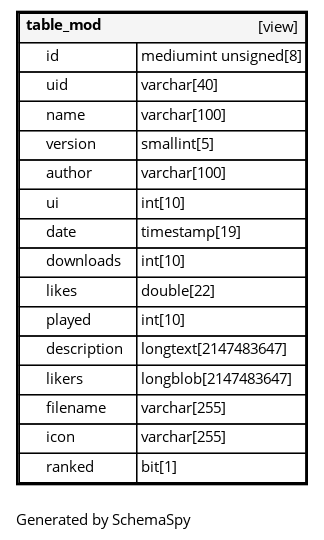
ta-forever/db keeps this Graphviz diagram as diagrams/tables/table_mod.1degree.png. Above is the earlier version. Its source is kept beside it as diagrams/tables/table_mod.1degree.dot. Source of this version:
```dot
digraph "oneDegreeRelationshipsDiagram" {
  graph [    rankdir="RL"    bgcolor="#ffffff"    label="\nGenerated by SchemaSpy"    labeljust="l"    nodesep="0.18"    ranksep="0.46"    fontname="Helvetica"    fontsize="11"    ration="compress"  ];  node [    fontname="Helvetica"    fontsize="11"    shape="plaintext"  ];  edge [    arrowsize="0.8"  ];
  "table_mod" [
   label=<
    <TABLE BORDER="2" CELLBORDER="1" CELLSPACING="0" BGCOLOR="#ffffff">
      <TR><TD COLSPAN="4"  BGCOLOR="#f5f5f5"><TABLE BORDER="0" CELLSPACING="0"><TR><TD ALIGN="LEFT" FIXEDSIZE="TRUE" WIDTH="62" HEIGHT="16"><B>table_mod</B></TD><TD ALIGN="RIGHT">[view]</TD></TR></TABLE></TD></TR>
      <TR><TD PORT="id" COLSPAN="2" ALIGN="LEFT"><TABLE BORDER="0" CELLSPACING="0" ALIGN="LEFT"><TR ALIGN="LEFT"><TD ALIGN="LEFT" FIXEDSIZE="TRUE" WIDTH="15" HEIGHT="16"></TD><TD ALIGN="LEFT" FIXEDSIZE="TRUE" WIDTH="67" HEIGHT="16">id</TD></TR></TABLE></TD><TD PORT="id.type" ALIGN="LEFT">mediumint unsigned[8]</TD></TR>
      <TR><TD PORT="uid" COLSPAN="2" ALIGN="LEFT"><TABLE BORDER="0" CELLSPACING="0" ALIGN="LEFT"><TR ALIGN="LEFT"><TD ALIGN="LEFT" FIXEDSIZE="TRUE" WIDTH="15" HEIGHT="16"></TD><TD ALIGN="LEFT" FIXEDSIZE="TRUE" WIDTH="67" HEIGHT="16">uid</TD></TR></TABLE></TD><TD PORT="uid.type" ALIGN="LEFT">varchar[40]</TD></TR>
      <TR><TD PORT="name" COLSPAN="2" ALIGN="LEFT"><TABLE BORDER="0" CELLSPACING="0" ALIGN="LEFT"><TR ALIGN="LEFT"><TD ALIGN="LEFT" FIXEDSIZE="TRUE" WIDTH="15" HEIGHT="16"></TD><TD ALIGN="LEFT" FIXEDSIZE="TRUE" WIDTH="67" HEIGHT="16">name</TD></TR></TABLE></TD><TD PORT="name.type" ALIGN="LEFT">varchar[100]</TD></TR>
      <TR><TD PORT="version" COLSPAN="2" ALIGN="LEFT"><TABLE BORDER="0" CELLSPACING="0" ALIGN="LEFT"><TR ALIGN="LEFT"><TD ALIGN="LEFT" FIXEDSIZE="TRUE" WIDTH="15" HEIGHT="16"></TD><TD ALIGN="LEFT" FIXEDSIZE="TRUE" WIDTH="67" HEIGHT="16">version</TD></TR></TABLE></TD><TD PORT="version.type" ALIGN="LEFT">smallint[5]</TD></TR>
      <TR><TD PORT="author" COLSPAN="2" ALIGN="LEFT"><TABLE BORDER="0" CELLSPACING="0" ALIGN="LEFT"><TR ALIGN="LEFT"><TD ALIGN="LEFT" FIXEDSIZE="TRUE" WIDTH="15" HEIGHT="16"></TD><TD ALIGN="LEFT" FIXEDSIZE="TRUE" WIDTH="67" HEIGHT="16">author</TD></TR></TABLE></TD><TD PORT="author.type" ALIGN="LEFT">varchar[100]</TD></TR>
      <TR><TD PORT="ui" COLSPAN="2" ALIGN="LEFT"><TABLE BORDER="0" CELLSPACING="0" ALIGN="LEFT"><TR ALIGN="LEFT"><TD ALIGN="LEFT" FIXEDSIZE="TRUE" WIDTH="15" HEIGHT="16"></TD><TD ALIGN="LEFT" FIXEDSIZE="TRUE" WIDTH="67" HEIGHT="16">ui</TD></TR></TABLE></TD><TD PORT="ui.type" ALIGN="LEFT">int[10]</TD></TR>
      <TR><TD PORT="date" COLSPAN="2" ALIGN="LEFT"><TABLE BORDER="0" CELLSPACING="0" ALIGN="LEFT"><TR ALIGN="LEFT"><TD ALIGN="LEFT" FIXEDSIZE="TRUE" WIDTH="15" HEIGHT="16"></TD><TD ALIGN="LEFT" FIXEDSIZE="TRUE" WIDTH="67" HEIGHT="16">date</TD></TR></TABLE></TD><TD PORT="date.type" ALIGN="LEFT">timestamp[19]</TD></TR>
      <TR><TD PORT="downloads" COLSPAN="2" ALIGN="LEFT"><TABLE BORDER="0" CELLSPACING="0" ALIGN="LEFT"><TR ALIGN="LEFT"><TD ALIGN="LEFT" FIXEDSIZE="TRUE" WIDTH="15" HEIGHT="16"></TD><TD ALIGN="LEFT" FIXEDSIZE="TRUE" WIDTH="67" HEIGHT="16">downloads</TD></TR></TABLE></TD><TD PORT="downloads.type" ALIGN="LEFT">int[10]</TD></TR>
      <TR><TD PORT="likes" COLSPAN="2" ALIGN="LEFT"><TABLE BORDER="0" CELLSPACING="0" ALIGN="LEFT"><TR ALIGN="LEFT"><TD ALIGN="LEFT" FIXEDSIZE="TRUE" WIDTH="15" HEIGHT="16"></TD><TD ALIGN="LEFT" FIXEDSIZE="TRUE" WIDTH="67" HEIGHT="16">likes</TD></TR></TABLE></TD><TD PORT="likes.type" ALIGN="LEFT">double[22]</TD></TR>
      <TR><TD PORT="played" COLSPAN="2" ALIGN="LEFT"><TABLE BORDER="0" CELLSPACING="0" ALIGN="LEFT"><TR ALIGN="LEFT"><TD ALIGN="LEFT" FIXEDSIZE="TRUE" WIDTH="15" HEIGHT="16"></TD><TD ALIGN="LEFT" FIXEDSIZE="TRUE" WIDTH="67" HEIGHT="16">played</TD></TR></TABLE></TD><TD PORT="played.type" ALIGN="LEFT">int[10]</TD></TR>
      <TR><TD PORT="description" COLSPAN="2" ALIGN="LEFT"><TABLE BORDER="0" CELLSPACING="0" ALIGN="LEFT"><TR ALIGN="LEFT"><TD ALIGN="LEFT" FIXEDSIZE="TRUE" WIDTH="15" HEIGHT="16"></TD><TD ALIGN="LEFT" FIXEDSIZE="TRUE" WIDTH="67" HEIGHT="16">description</TD></TR></TABLE></TD><TD PORT="description.type" ALIGN="LEFT">longtext[2147483647]</TD></TR>
      <TR><TD PORT="likers" COLSPAN="2" ALIGN="LEFT"><TABLE BORDER="0" CELLSPACING="0" ALIGN="LEFT"><TR ALIGN="LEFT"><TD ALIGN="LEFT" FIXEDSIZE="TRUE" WIDTH="15" HEIGHT="16"></TD><TD ALIGN="LEFT" FIXEDSIZE="TRUE" WIDTH="67" HEIGHT="16">likers</TD></TR></TABLE></TD><TD PORT="likers.type" ALIGN="LEFT">longblob[2147483647]</TD></TR>
      <TR><TD PORT="filename" COLSPAN="2" ALIGN="LEFT"><TABLE BORDER="0" CELLSPACING="0" ALIGN="LEFT"><TR ALIGN="LEFT"><TD ALIGN="LEFT" FIXEDSIZE="TRUE" WIDTH="15" HEIGHT="16"></TD><TD ALIGN="LEFT" FIXEDSIZE="TRUE" WIDTH="67" HEIGHT="16">filename</TD></TR></TABLE></TD><TD PORT="filename.type" ALIGN="LEFT">varchar[255]</TD></TR>
      <TR><TD PORT="icon" COLSPAN="2" ALIGN="LEFT"><TABLE BORDER="0" CELLSPACING="0" ALIGN="LEFT"><TR ALIGN="LEFT"><TD ALIGN="LEFT" FIXEDSIZE="TRUE" WIDTH="15" HEIGHT="16"></TD><TD ALIGN="LEFT" FIXEDSIZE="TRUE" WIDTH="67" HEIGHT="16">icon</TD></TR></TABLE></TD><TD PORT="icon.type" ALIGN="LEFT">varchar[255]</TD></TR>
      <TR><TD PORT="ranked" COLSPAN="2" ALIGN="LEFT"><TABLE BORDER="0" CELLSPACING="0" ALIGN="LEFT"><TR ALIGN="LEFT"><TD ALIGN="LEFT" FIXEDSIZE="TRUE" WIDTH="15" HEIGHT="16"></TD><TD ALIGN="LEFT" FIXEDSIZE="TRUE" WIDTH="67" HEIGHT="16">ranked</TD></TR></TABLE></TD><TD PORT="ranked.type" ALIGN="LEFT">bit[1]</TD></TR>
    </TABLE>>
    URL="table_mod.html"
    target="_top"
    tooltip="table_mod"
  ];
}
```
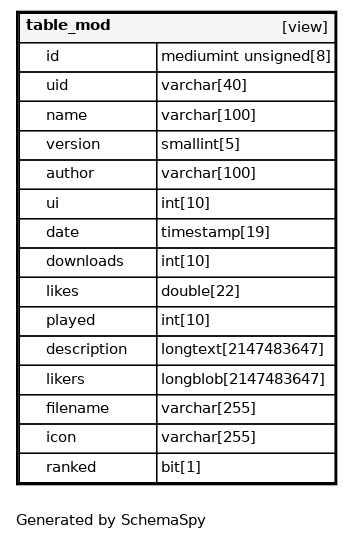
Later version of the same file.

The edit, as a diff of the source:
```diff
@@ -1,24 +1,24 @@
 digraph "oneDegreeRelationshipsDiagram" {
-  graph [    rankdir="RL"    bgcolor="#ffffff"    label="\nGenerated by SchemaSpy"    labeljust="l"    nodesep="0.18"    ranksep="0.46"    fontname="Helvetica"    fontsize="11"    ration="compress"  ];  node [    fontname="Helvetica"    fontsize="11"    shape="plaintext"  ];  edge [    arrowsize="0.8"  ];
+  graph [    rankdir="RL"    bgcolor="#ffffff"    label="\nGenerated by SchemaSpy"    labeljust="l"    nodesep="0.18"    ranksep="0.46"    fontname="Helvetica"    fontsize="11"    packmode="graph"  ];  node [    fontname="Helvetica"    fontsize="11"    shape="plaintext"  ];  edge [    arrowsize="0.8"  ];
   "table_mod" [
    label=<
     <TABLE BORDER="2" CELLBORDER="1" CELLSPACING="0" BGCOLOR="#ffffff">
-      <TR><TD COLSPAN="4"  BGCOLOR="#f5f5f5"><TABLE BORDER="0" CELLSPACING="0"><TR><TD ALIGN="LEFT" FIXEDSIZE="TRUE" WIDTH="62" HEIGHT="16"><B>table_mod</B></TD><TD ALIGN="RIGHT">[view]</TD></TR></TABLE></TD></TR>
-      <TR><TD PORT="id" COLSPAN="2" ALIGN="LEFT"><TABLE BORDER="0" CELLSPACING="0" ALIGN="LEFT"><TR ALIGN="LEFT"><TD ALIGN="LEFT" FIXEDSIZE="TRUE" WIDTH="15" HEIGHT="16"></TD><TD ALIGN="LEFT" FIXEDSIZE="TRUE" WIDTH="67" HEIGHT="16">id</TD></TR></TABLE></TD><TD PORT="id.type" ALIGN="LEFT">mediumint unsigned[8]</TD></TR>
-      <TR><TD PORT="uid" COLSPAN="2" ALIGN="LEFT"><TABLE BORDER="0" CELLSPACING="0" ALIGN="LEFT"><TR ALIGN="LEFT"><TD ALIGN="LEFT" FIXEDSIZE="TRUE" WIDTH="15" HEIGHT="16"></TD><TD ALIGN="LEFT" FIXEDSIZE="TRUE" WIDTH="67" HEIGHT="16">uid</TD></TR></TABLE></TD><TD PORT="uid.type" ALIGN="LEFT">varchar[40]</TD></TR>
-      <TR><TD PORT="name" COLSPAN="2" ALIGN="LEFT"><TABLE BORDER="0" CELLSPACING="0" ALIGN="LEFT"><TR ALIGN="LEFT"><TD ALIGN="LEFT" FIXEDSIZE="TRUE" WIDTH="15" HEIGHT="16"></TD><TD ALIGN="LEFT" FIXEDSIZE="TRUE" WIDTH="67" HEIGHT="16">name</TD></TR></TABLE></TD><TD PORT="name.type" ALIGN="LEFT">varchar[100]</TD></TR>
-      <TR><TD PORT="version" COLSPAN="2" ALIGN="LEFT"><TABLE BORDER="0" CELLSPACING="0" ALIGN="LEFT"><TR ALIGN="LEFT"><TD ALIGN="LEFT" FIXEDSIZE="TRUE" WIDTH="15" HEIGHT="16"></TD><TD ALIGN="LEFT" FIXEDSIZE="TRUE" WIDTH="67" HEIGHT="16">version</TD></TR></TABLE></TD><TD PORT="version.type" ALIGN="LEFT">smallint[5]</TD></TR>
-      <TR><TD PORT="author" COLSPAN="2" ALIGN="LEFT"><TABLE BORDER="0" CELLSPACING="0" ALIGN="LEFT"><TR ALIGN="LEFT"><TD ALIGN="LEFT" FIXEDSIZE="TRUE" WIDTH="15" HEIGHT="16"></TD><TD ALIGN="LEFT" FIXEDSIZE="TRUE" WIDTH="67" HEIGHT="16">author</TD></TR></TABLE></TD><TD PORT="author.type" ALIGN="LEFT">varchar[100]</TD></TR>
-      <TR><TD PORT="ui" COLSPAN="2" ALIGN="LEFT"><TABLE BORDER="0" CELLSPACING="0" ALIGN="LEFT"><TR ALIGN="LEFT"><TD ALIGN="LEFT" FIXEDSIZE="TRUE" WIDTH="15" HEIGHT="16"></TD><TD ALIGN="LEFT" FIXEDSIZE="TRUE" WIDTH="67" HEIGHT="16">ui</TD></TR></TABLE></TD><TD PORT="ui.type" ALIGN="LEFT">int[10]</TD></TR>
-      <TR><TD PORT="date" COLSPAN="2" ALIGN="LEFT"><TABLE BORDER="0" CELLSPACING="0" ALIGN="LEFT"><TR ALIGN="LEFT"><TD ALIGN="LEFT" FIXEDSIZE="TRUE" WIDTH="15" HEIGHT="16"></TD><TD ALIGN="LEFT" FIXEDSIZE="TRUE" WIDTH="67" HEIGHT="16">date</TD></TR></TABLE></TD><TD PORT="date.type" ALIGN="LEFT">timestamp[19]</TD></TR>
-      <TR><TD PORT="downloads" COLSPAN="2" ALIGN="LEFT"><TABLE BORDER="0" CELLSPACING="0" ALIGN="LEFT"><TR ALIGN="LEFT"><TD ALIGN="LEFT" FIXEDSIZE="TRUE" WIDTH="15" HEIGHT="16"></TD><TD ALIGN="LEFT" FIXEDSIZE="TRUE" WIDTH="67" HEIGHT="16">downloads</TD></TR></TABLE></TD><TD PORT="downloads.type" ALIGN="LEFT">int[10]</TD></TR>
-      <TR><TD PORT="likes" COLSPAN="2" ALIGN="LEFT"><TABLE BORDER="0" CELLSPACING="0" ALIGN="LEFT"><TR ALIGN="LEFT"><TD ALIGN="LEFT" FIXEDSIZE="TRUE" WIDTH="15" HEIGHT="16"></TD><TD ALIGN="LEFT" FIXEDSIZE="TRUE" WIDTH="67" HEIGHT="16">likes</TD></TR></TABLE></TD><TD PORT="likes.type" ALIGN="LEFT">double[22]</TD></TR>
-      <TR><TD PORT="played" COLSPAN="2" ALIGN="LEFT"><TABLE BORDER="0" CELLSPACING="0" ALIGN="LEFT"><TR ALIGN="LEFT"><TD ALIGN="LEFT" FIXEDSIZE="TRUE" WIDTH="15" HEIGHT="16"></TD><TD ALIGN="LEFT" FIXEDSIZE="TRUE" WIDTH="67" HEIGHT="16">played</TD></TR></TABLE></TD><TD PORT="played.type" ALIGN="LEFT">int[10]</TD></TR>
-      <TR><TD PORT="description" COLSPAN="2" ALIGN="LEFT"><TABLE BORDER="0" CELLSPACING="0" ALIGN="LEFT"><TR ALIGN="LEFT"><TD ALIGN="LEFT" FIXEDSIZE="TRUE" WIDTH="15" HEIGHT="16"></TD><TD ALIGN="LEFT" FIXEDSIZE="TRUE" WIDTH="67" HEIGHT="16">description</TD></TR></TABLE></TD><TD PORT="description.type" ALIGN="LEFT">longtext[2147483647]</TD></TR>
-      <TR><TD PORT="likers" COLSPAN="2" ALIGN="LEFT"><TABLE BORDER="0" CELLSPACING="0" ALIGN="LEFT"><TR ALIGN="LEFT"><TD ALIGN="LEFT" FIXEDSIZE="TRUE" WIDTH="15" HEIGHT="16"></TD><TD ALIGN="LEFT" FIXEDSIZE="TRUE" WIDTH="67" HEIGHT="16">likers</TD></TR></TABLE></TD><TD PORT="likers.type" ALIGN="LEFT">longblob[2147483647]</TD></TR>
-      <TR><TD PORT="filename" COLSPAN="2" ALIGN="LEFT"><TABLE BORDER="0" CELLSPACING="0" ALIGN="LEFT"><TR ALIGN="LEFT"><TD ALIGN="LEFT" FIXEDSIZE="TRUE" WIDTH="15" HEIGHT="16"></TD><TD ALIGN="LEFT" FIXEDSIZE="TRUE" WIDTH="67" HEIGHT="16">filename</TD></TR></TABLE></TD><TD PORT="filename.type" ALIGN="LEFT">varchar[255]</TD></TR>
-      <TR><TD PORT="icon" COLSPAN="2" ALIGN="LEFT"><TABLE BORDER="0" CELLSPACING="0" ALIGN="LEFT"><TR ALIGN="LEFT"><TD ALIGN="LEFT" FIXEDSIZE="TRUE" WIDTH="15" HEIGHT="16"></TD><TD ALIGN="LEFT" FIXEDSIZE="TRUE" WIDTH="67" HEIGHT="16">icon</TD></TR></TABLE></TD><TD PORT="icon.type" ALIGN="LEFT">varchar[255]</TD></TR>
-      <TR><TD PORT="ranked" COLSPAN="2" ALIGN="LEFT"><TABLE BORDER="0" CELLSPACING="0" ALIGN="LEFT"><TR ALIGN="LEFT"><TD ALIGN="LEFT" FIXEDSIZE="TRUE" WIDTH="15" HEIGHT="16"></TD><TD ALIGN="LEFT" FIXEDSIZE="TRUE" WIDTH="67" HEIGHT="16">ranked</TD></TR></TABLE></TD><TD PORT="ranked.type" ALIGN="LEFT">bit[1]</TD></TR>
+      <TR><TD COLSPAN="4"  BGCOLOR="#f5f5f5"><TABLE BORDER="0" CELLSPACING="0"><TR><TD ALIGN="LEFT" FIXEDSIZE="TRUE" WIDTH="75" HEIGHT="16"><B>table_mod</B></TD><TD ALIGN="RIGHT">[view]</TD></TR></TABLE></TD></TR>
+      <TR><TD PORT="id" COLSPAN="2" ALIGN="LEFT"><TABLE BORDER="0" CELLSPACING="0" ALIGN="LEFT"><TR ALIGN="LEFT"><TD ALIGN="LEFT" FIXEDSIZE="TRUE" WIDTH="15" HEIGHT="16"></TD><TD ALIGN="LEFT" FIXEDSIZE="TRUE" WIDTH="82" HEIGHT="16">id</TD></TR></TABLE></TD><TD PORT="id.type" ALIGN="LEFT">mediumint unsigned[8]</TD></TR>
+      <TR><TD PORT="uid" COLSPAN="2" ALIGN="LEFT"><TABLE BORDER="0" CELLSPACING="0" ALIGN="LEFT"><TR ALIGN="LEFT"><TD ALIGN="LEFT" FIXEDSIZE="TRUE" WIDTH="15" HEIGHT="16"></TD><TD ALIGN="LEFT" FIXEDSIZE="TRUE" WIDTH="82" HEIGHT="16">uid</TD></TR></TABLE></TD><TD PORT="uid.type" ALIGN="LEFT">varchar[40]</TD></TR>
+      <TR><TD PORT="name" COLSPAN="2" ALIGN="LEFT"><TABLE BORDER="0" CELLSPACING="0" ALIGN="LEFT"><TR ALIGN="LEFT"><TD ALIGN="LEFT" FIXEDSIZE="TRUE" WIDTH="15" HEIGHT="16"></TD><TD ALIGN="LEFT" FIXEDSIZE="TRUE" WIDTH="82" HEIGHT="16">name</TD></TR></TABLE></TD><TD PORT="name.type" ALIGN="LEFT">varchar[100]</TD></TR>
+      <TR><TD PORT="version" COLSPAN="2" ALIGN="LEFT"><TABLE BORDER="0" CELLSPACING="0" ALIGN="LEFT"><TR ALIGN="LEFT"><TD ALIGN="LEFT" FIXEDSIZE="TRUE" WIDTH="15" HEIGHT="16"></TD><TD ALIGN="LEFT" FIXEDSIZE="TRUE" WIDTH="82" HEIGHT="16">version</TD></TR></TABLE></TD><TD PORT="version.type" ALIGN="LEFT">smallint[5]</TD></TR>
+      <TR><TD PORT="author" COLSPAN="2" ALIGN="LEFT"><TABLE BORDER="0" CELLSPACING="0" ALIGN="LEFT"><TR ALIGN="LEFT"><TD ALIGN="LEFT" FIXEDSIZE="TRUE" WIDTH="15" HEIGHT="16"></TD><TD ALIGN="LEFT" FIXEDSIZE="TRUE" WIDTH="82" HEIGHT="16">author</TD></TR></TABLE></TD><TD PORT="author.type" ALIGN="LEFT">varchar[100]</TD></TR>
+      <TR><TD PORT="ui" COLSPAN="2" ALIGN="LEFT"><TABLE BORDER="0" CELLSPACING="0" ALIGN="LEFT"><TR ALIGN="LEFT"><TD ALIGN="LEFT" FIXEDSIZE="TRUE" WIDTH="15" HEIGHT="16"></TD><TD ALIGN="LEFT" FIXEDSIZE="TRUE" WIDTH="82" HEIGHT="16">ui</TD></TR></TABLE></TD><TD PORT="ui.type" ALIGN="LEFT">int[10]</TD></TR>
+      <TR><TD PORT="date" COLSPAN="2" ALIGN="LEFT"><TABLE BORDER="0" CELLSPACING="0" ALIGN="LEFT"><TR ALIGN="LEFT"><TD ALIGN="LEFT" FIXEDSIZE="TRUE" WIDTH="15" HEIGHT="16"></TD><TD ALIGN="LEFT" FIXEDSIZE="TRUE" WIDTH="82" HEIGHT="16">date</TD></TR></TABLE></TD><TD PORT="date.type" ALIGN="LEFT">timestamp[19]</TD></TR>
+      <TR><TD PORT="downloads" COLSPAN="2" ALIGN="LEFT"><TABLE BORDER="0" CELLSPACING="0" ALIGN="LEFT"><TR ALIGN="LEFT"><TD ALIGN="LEFT" FIXEDSIZE="TRUE" WIDTH="15" HEIGHT="16"></TD><TD ALIGN="LEFT" FIXEDSIZE="TRUE" WIDTH="82" HEIGHT="16">downloads</TD></TR></TABLE></TD><TD PORT="downloads.type" ALIGN="LEFT">int[10]</TD></TR>
+      <TR><TD PORT="likes" COLSPAN="2" ALIGN="LEFT"><TABLE BORDER="0" CELLSPACING="0" ALIGN="LEFT"><TR ALIGN="LEFT"><TD ALIGN="LEFT" FIXEDSIZE="TRUE" WIDTH="15" HEIGHT="16"></TD><TD ALIGN="LEFT" FIXEDSIZE="TRUE" WIDTH="82" HEIGHT="16">likes</TD></TR></TABLE></TD><TD PORT="likes.type" ALIGN="LEFT">double[22]</TD></TR>
+      <TR><TD PORT="played" COLSPAN="2" ALIGN="LEFT"><TABLE BORDER="0" CELLSPACING="0" ALIGN="LEFT"><TR ALIGN="LEFT"><TD ALIGN="LEFT" FIXEDSIZE="TRUE" WIDTH="15" HEIGHT="16"></TD><TD ALIGN="LEFT" FIXEDSIZE="TRUE" WIDTH="82" HEIGHT="16">played</TD></TR></TABLE></TD><TD PORT="played.type" ALIGN="LEFT">int[10]</TD></TR>
+      <TR><TD PORT="description" COLSPAN="2" ALIGN="LEFT"><TABLE BORDER="0" CELLSPACING="0" ALIGN="LEFT"><TR ALIGN="LEFT"><TD ALIGN="LEFT" FIXEDSIZE="TRUE" WIDTH="15" HEIGHT="16"></TD><TD ALIGN="LEFT" FIXEDSIZE="TRUE" WIDTH="82" HEIGHT="16">description</TD></TR></TABLE></TD><TD PORT="description.type" ALIGN="LEFT">longtext[2147483647]</TD></TR>
+      <TR><TD PORT="likers" COLSPAN="2" ALIGN="LEFT"><TABLE BORDER="0" CELLSPACING="0" ALIGN="LEFT"><TR ALIGN="LEFT"><TD ALIGN="LEFT" FIXEDSIZE="TRUE" WIDTH="15" HEIGHT="16"></TD><TD ALIGN="LEFT" FIXEDSIZE="TRUE" WIDTH="82" HEIGHT="16">likers</TD></TR></TABLE></TD><TD PORT="likers.type" ALIGN="LEFT">longblob[2147483647]</TD></TR>
+      <TR><TD PORT="filename" COLSPAN="2" ALIGN="LEFT"><TABLE BORDER="0" CELLSPACING="0" ALIGN="LEFT"><TR ALIGN="LEFT"><TD ALIGN="LEFT" FIXEDSIZE="TRUE" WIDTH="15" HEIGHT="16"></TD><TD ALIGN="LEFT" FIXEDSIZE="TRUE" WIDTH="82" HEIGHT="16">filename</TD></TR></TABLE></TD><TD PORT="filename.type" ALIGN="LEFT">varchar[255]</TD></TR>
+      <TR><TD PORT="icon" COLSPAN="2" ALIGN="LEFT"><TABLE BORDER="0" CELLSPACING="0" ALIGN="LEFT"><TR ALIGN="LEFT"><TD ALIGN="LEFT" FIXEDSIZE="TRUE" WIDTH="15" HEIGHT="16"></TD><TD ALIGN="LEFT" FIXEDSIZE="TRUE" WIDTH="82" HEIGHT="16">icon</TD></TR></TABLE></TD><TD PORT="icon.type" ALIGN="LEFT">varchar[255]</TD></TR>
+      <TR><TD PORT="ranked" COLSPAN="2" ALIGN="LEFT"><TABLE BORDER="0" CELLSPACING="0" ALIGN="LEFT"><TR ALIGN="LEFT"><TD ALIGN="LEFT" FIXEDSIZE="TRUE" WIDTH="15" HEIGHT="16"></TD><TD ALIGN="LEFT" FIXEDSIZE="TRUE" WIDTH="82" HEIGHT="16">ranked</TD></TR></TABLE></TD><TD PORT="ranked.type" ALIGN="LEFT">bit[1]</TD></TR>
     </TABLE>>
     URL="table_mod.html"
     target="_top"
```
